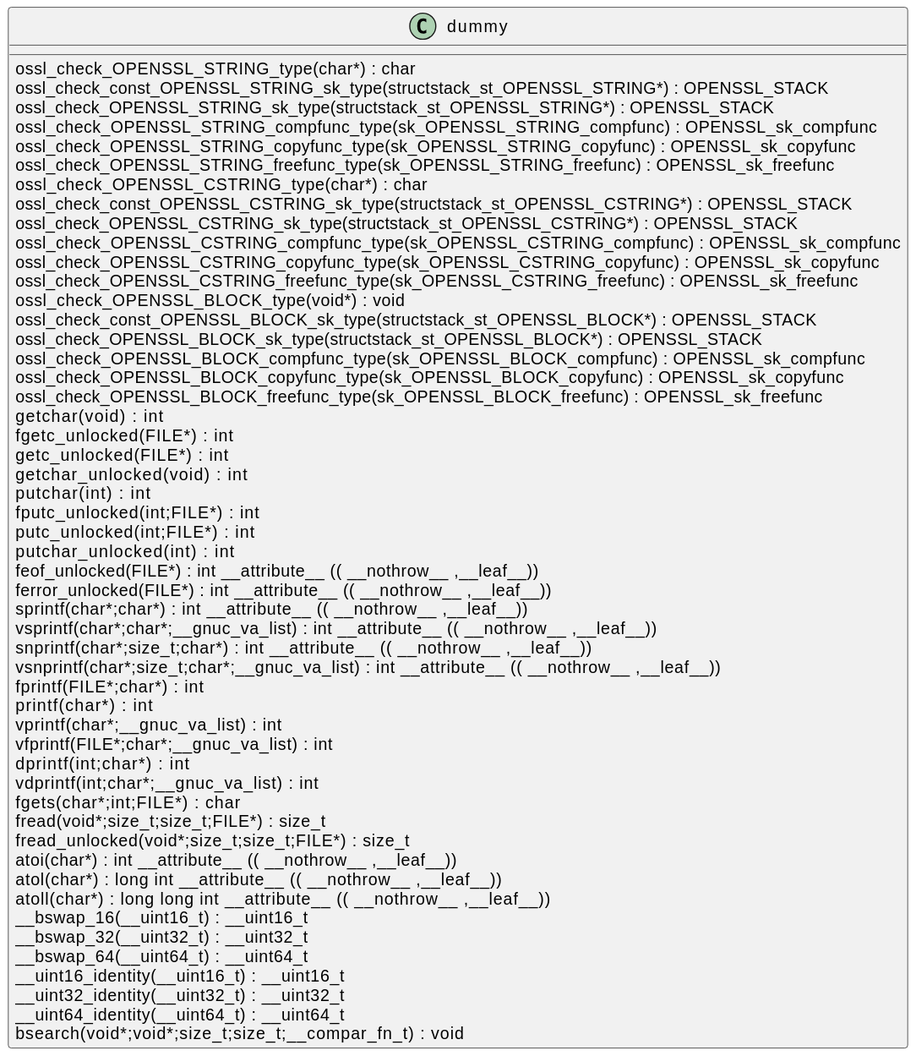
qualitesys/openssl keeps this PlantUML diagram as docs/qc/providers/implementations/ciphers/cipher_rc4_hmac_md5_hw.c.svg. Above is the earlier version.
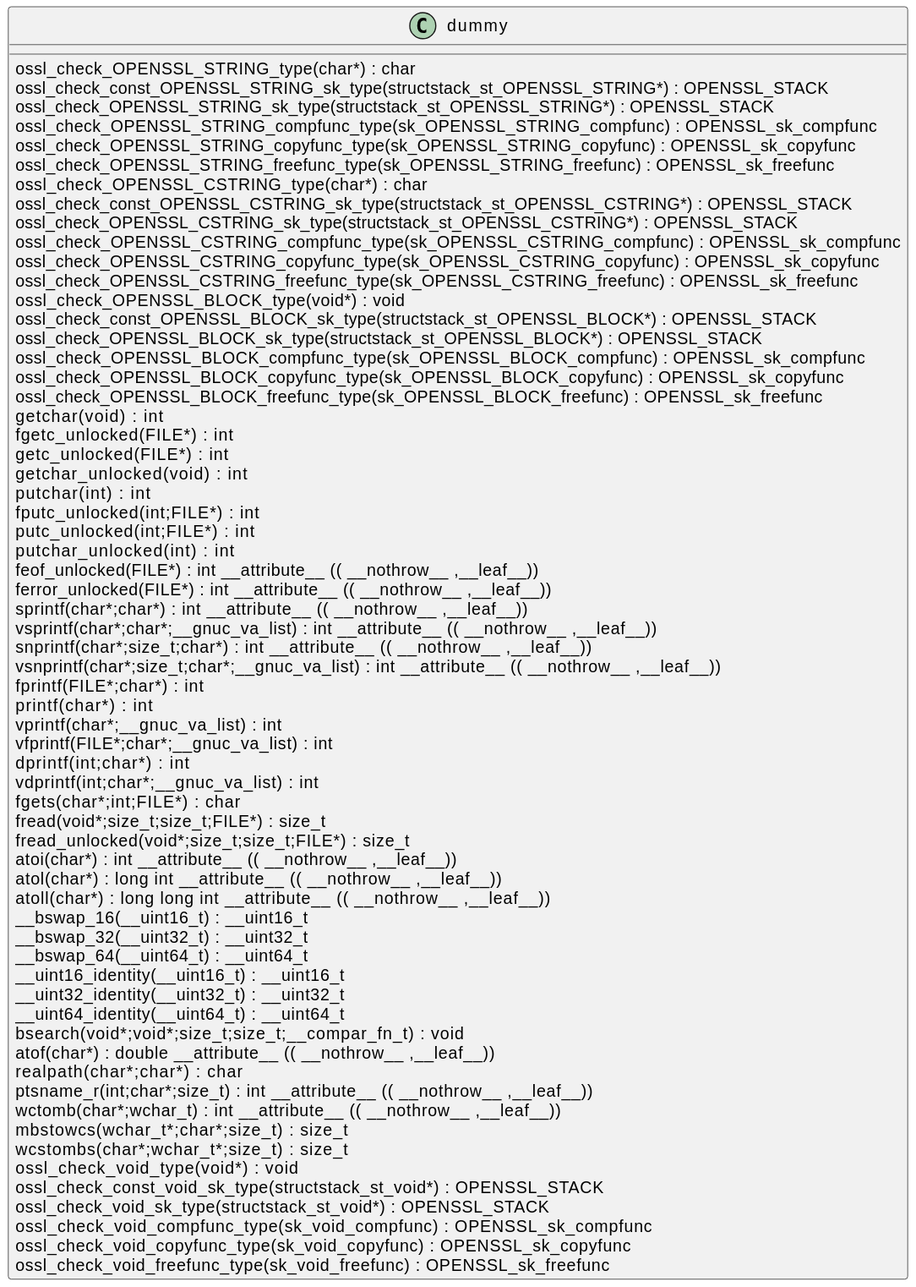
Above is the later version.

What changed in the source:
```diff
@@ -52,5 +52,17 @@
 __uint32_identity(__uint32_t) : __uint32_t [[[./../../../.././qc/providers/implementations/ciphers/cipher_rc4_hmac_md5_hw.c.html#2006]]]
 __uint64_identity(__uint64_t) : __uint64_t [[[./../../../.././qc/providers/implementations/ciphers/cipher_rc4_hmac_md5_hw.c.html#2012]]]
 bsearch(void*;void*;size_t;size_t;__compar_fn_t) :  void  [[[./../../../.././qc/providers/implementations/ciphers/cipher_rc4_hmac_md5_hw.c.html#2680]]]
+atof(char*) :  double  __attribute__ (( __nothrow__ ,__leaf__)) [[[./../../../.././qc/providers/implementations/ciphers/cipher_rc4_hmac_md5_hw.c.html#1]]]
+realpath(char*;char*) :  char  [[[./../../../.././qc/providers/implementations/ciphers/cipher_rc4_hmac_md5_hw.c.html#1]]]
+ptsname_r(int;char*;size_t) :  int  __attribute__ (( __nothrow__ ,__leaf__)) [[[./../../../.././qc/providers/implementations/ciphers/cipher_rc4_hmac_md5_hw.c.html#1]]]
+wctomb(char*;wchar_t) :  int  __attribute__ (( __nothrow__ ,__leaf__)) [[[./../../../.././qc/providers/implementations/ciphers/cipher_rc4_hmac_md5_hw.c.html#1]]]
+mbstowcs(wchar_t*;char*;size_t) : size_t [[[./../../../.././qc/providers/implementations/ciphers/cipher_rc4_hmac_md5_hw.c.html#1]]]
+wcstombs(char*;wchar_t*;size_t) : size_t [[[./../../../.././qc/providers/implementations/ciphers/cipher_rc4_hmac_md5_hw.c.html#1]]]
+ossl_check_void_type(void*) :  void  [[[./../../../.././qc/providers/implementations/ciphers/cipher_rc4_hmac_md5_hw.c.html#1]]]
+ossl_check_const_void_sk_type(structstack_st_void*) : OPENSSL_STACK [[[./../../../.././qc/providers/implementations/ciphers/cipher_rc4_hmac_md5_hw.c.html#1]]]
+ossl_check_void_sk_type(structstack_st_void*) : OPENSSL_STACK [[[./../../../.././qc/providers/implementations/ciphers/cipher_rc4_hmac_md5_hw.c.html#1]]]
+ossl_check_void_compfunc_type(sk_void_compfunc) : OPENSSL_sk_compfunc [[[./../../../.././qc/providers/implementations/ciphers/cipher_rc4_hmac_md5_hw.c.html#1]]]
+ossl_check_void_copyfunc_type(sk_void_copyfunc) : OPENSSL_sk_copyfunc [[[./../../../.././qc/providers/implementations/ciphers/cipher_rc4_hmac_md5_hw.c.html#1]]]
+ossl_check_void_freefunc_type(sk_void_freefunc) : OPENSSL_sk_freefunc [[[./../../../.././qc/providers/implementations/ciphers/cipher_rc4_hmac_md5_hw.c.html#1]]]
 }
 @enduml
```
